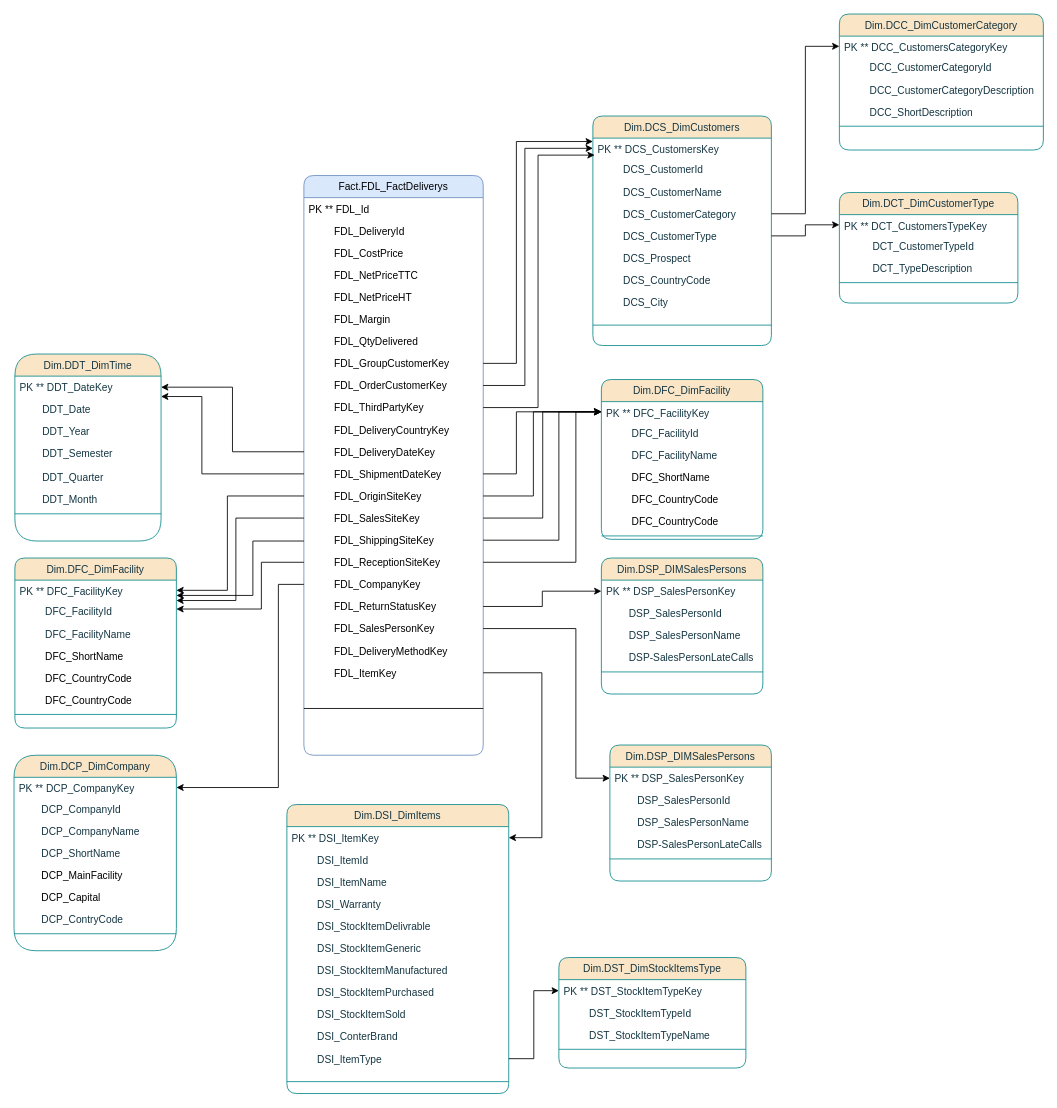
Earlier version of the draw.io diagram DataMart Delivery.drawio (BorchaniMohamed/BI_PROJECT_PFE). Source tidied: cells renumbered, new cells numbered last; positions are measured from the earlier drawing's top-left corner, leaving out a move shared by most shapes. Both pictures are drawn from the tidied source at 85%, with x=0, y=0 at pixel (14, 14).
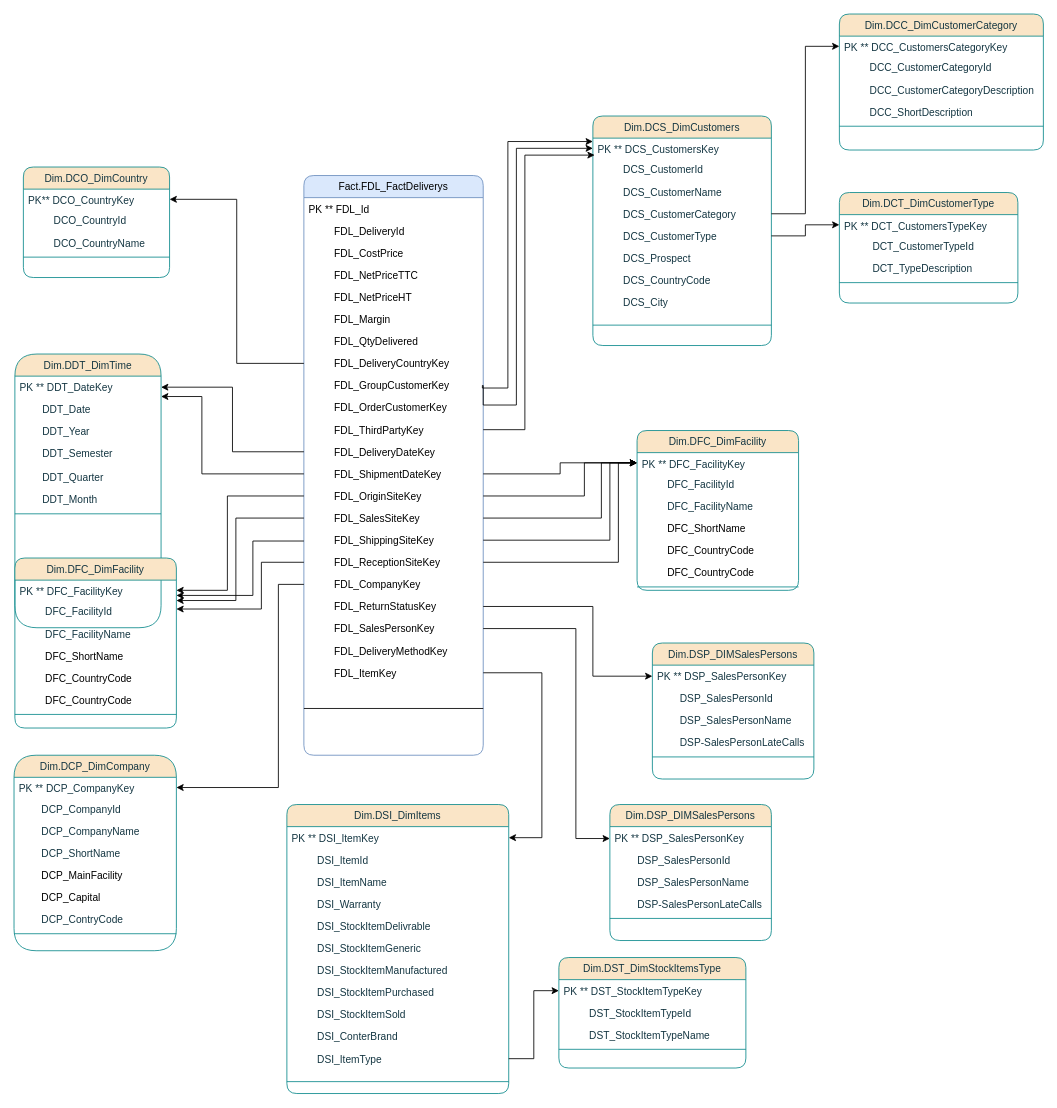
The same page after the edit.

Commit message (it also covers changes not shown here):
Mettre à jour DataMart Delivery.drawio

Unchanged cells that the change refers to:
```xml
<mxCell id="2" value="Fact.FDL_FactDeliverys" style="swimlane;fontStyle=0;align=center;verticalAlign=top;horizontal=1;startSize=26;rounded=1;shadow=0;strokeWidth=1;fillColor=#dae8fc;strokeColor=#6c8ebf;" parent="1" vertex="1">
  <mxGeometry x="341" y="190" width="211" height="682" as="geometry" />
</mxCell>
<mxCell id="15" value="         FDL_ShipmentDateKey  " style="text;align=left;verticalAlign=top;spacingLeft=4;spacingRight=4;overflow=hidden;points=[[0,0.5],[1,0.5]];portConstraint=eastwest;rounded=1;shadow=0;html=0;" parent="2" vertex="1">
  <mxGeometry y="338" width="211" height="26" as="geometry" />
</mxCell>
<mxCell id="16" value="         FDL_OriginSiteKey&#10;  " style="text;align=left;verticalAlign=top;spacingLeft=4;spacingRight=4;overflow=hidden;points=[[0,0.5],[1,0.5]];portConstraint=eastwest;rounded=1;shadow=0;html=0;" parent="2" vertex="1">
  <mxGeometry y="364" width="211" height="26" as="geometry" />
</mxCell>
<mxCell id="17" value="         FDL_SalesSiteKey&#10;  " style="text;align=left;verticalAlign=top;spacingLeft=4;spacingRight=4;overflow=hidden;points=[[0,0.5],[1,0.5]];portConstraint=eastwest;rounded=1;shadow=0;html=0;" parent="2" vertex="1">
  <mxGeometry y="390" width="211" height="26" as="geometry" />
</mxCell>
<mxCell id="18" value="         FDL_ShippingSiteKey&#10;  " style="text;align=left;verticalAlign=top;spacingLeft=4;spacingRight=4;overflow=hidden;points=[[0,0.5],[1,0.5]];portConstraint=eastwest;rounded=1;shadow=0;html=0;" parent="2" vertex="1">
  <mxGeometry y="416" width="211" height="26" as="geometry" />
</mxCell>
<mxCell id="19" value="         FDL_ReceptionSiteKey&#10;  " style="text;align=left;verticalAlign=top;spacingLeft=4;spacingRight=4;overflow=hidden;points=[[0,0.5],[1,0.5]];portConstraint=eastwest;rounded=1;shadow=0;html=0;" parent="2" vertex="1">
  <mxGeometry y="442" width="211" height="26" as="geometry" />
</mxCell>
<mxCell id="21" value="         FDL_ReturnStatusKey&#10;  " style="text;align=left;verticalAlign=top;spacingLeft=4;spacingRight=4;overflow=hidden;points=[[0,0.5],[1,0.5]];portConstraint=eastwest;rounded=1;shadow=0;html=0;" parent="2" vertex="1">
  <mxGeometry y="494" width="211" height="26" as="geometry" />
</mxCell>
<mxCell id="22" value="         FDL_SalesPersonKey&#10;  " style="text;align=left;verticalAlign=top;spacingLeft=4;spacingRight=4;overflow=hidden;points=[[0,0.5],[1,0.5]];portConstraint=eastwest;rounded=1;shadow=0;html=0;" parent="2" vertex="1">
  <mxGeometry y="520" width="211" height="26" as="geometry" />
</mxCell>
<mxCell id="79" value="PK ** DSP_SalesPersonKey" style="text;align=left;verticalAlign=top;spacingLeft=4;spacingRight=4;overflow=hidden;points=[[0,0.5],[1,0.5]];portConstraint=eastwest;labelBackgroundColor=none;fontColor=#143642;rounded=1;" parent="78" vertex="1">
  <mxGeometry y="26" width="190" height="26" as="geometry" />
</mxCell>
<mxCell id="86" value="PK ** DSP_SalesPersonKey" style="text;align=left;verticalAlign=top;spacingLeft=4;spacingRight=4;overflow=hidden;points=[[0,0.5],[1,0.5]];portConstraint=eastwest;labelBackgroundColor=none;fontColor=#143642;rounded=1;" parent="85" vertex="1">
  <mxGeometry y="26" width="190" height="26" as="geometry" />
</mxCell>
<mxCell id="93" value="PK ** DFC_FacilityKey" style="text;align=left;verticalAlign=top;spacingLeft=4;spacingRight=4;overflow=hidden;points=[[0,0.5],[1,0.5]];portConstraint=eastwest;labelBackgroundColor=none;fontColor=#143642;rounded=1;" parent="92" vertex="1">
  <mxGeometry y="26" width="190" height="24" as="geometry" />
</mxCell>
<mxCell id="106" value="PK ** DCS_CustomersKey" style="text;align=left;verticalAlign=top;spacingLeft=4;spacingRight=4;overflow=hidden;points=[[0,0.5],[1,0.5]];portConstraint=eastwest;labelBackgroundColor=none;fontColor=#143642;rounded=1;" parent="105" vertex="1">
  <mxGeometry y="26" width="210" height="24" as="geometry" />
</mxCell>
```

Diff of the diagram source:
```diff
@@
+    <mxCell id="13" value="         FDL_DeliveryCountryKey  " style="text;align=left;verticalAlign=top;spacingLeft=4;spacingRight=4;overflow=hidden;points=[[0,0.5],[1,0.5]];portConstraint=eastwest;rounded=0;shadow=0;html=0;" parent="2" vertex="1">
+      <mxGeometry y="208" width="211" height="26" as="geometry" />
+    </mxCell>
     <mxCell id="10" value="         FDL_GroupCustomerKey  " style="text;align=left;verticalAlign=top;spacingLeft=4;spacingRight=4;overflow=hidden;points=[[0,0.5],[1,0.5]];portConstraint=eastwest;rounded=0;shadow=0;html=0;" parent="2" vertex="1">
-      <mxGeometry y="208" width="211" height="26" as="geometry" />
+      <mxGeometry y="234" width="211" height="26" as="geometry" />
     </mxCell>
     <mxCell id="11" value="         FDL_OrderCustomerKey  " style="text;align=left;verticalAlign=top;spacingLeft=4;spacingRight=4;overflow=hidden;points=[[0,0.5],[1,0.5]];portConstraint=eastwest;rounded=0;shadow=0;html=0;" parent="2" vertex="1">
-      <mxGeometry y="234" width="211" height="26" as="geometry" />
+      <mxGeometry y="260" width="211" height="26" as="geometry" />
     </mxCell>
     <mxCell id="12" value="         FDL_ThirdPartyKey  " style="text;align=left;verticalAlign=top;spacingLeft=4;spacingRight=4;overflow=hidden;points=[[0,0.5],[1,0.5]];portConstraint=eastwest;rounded=0;shadow=0;html=0;" parent="2" vertex="1">
-      <mxGeometry y="260" width="211" height="26" as="geometry" />
+      <mxGeometry y="286" width="211" height="26" as="geometry" />
     </mxCell>
-    <mxCell id="13" value="         FDL_DeliveryCountryKey  " style="text;align=left;verticalAlign=top;spacingLeft=4;spacingRight=4;overflow=hidden;points=[[0,0.5],[1,0.5]];portConstraint=eastwest;rounded=0;shadow=0;html=0;" parent="2" vertex="1">
-      <mxGeometry y="286" width="211" height="26" as="geometry" />
-    </mxCell>
@@
     <mxCell id="26" value="Dim.DDT_DimTime" style="swimlane;fontStyle=0;align=center;verticalAlign=top;horizontal=1;startSize=26;rounded=1;shadow=0;strokeWidth=1;fillColor=#FAE5C7;strokeColor=#0F8B8D;labelBackgroundColor=none;fontColor=#143642;arcSize=50;" parent="1" vertex="1">
-      <mxGeometry x="1" y="400" width="172" height="220" as="geometry" />
+      <mxGeometry x="1" y="400" width="172" height="322" as="geometry" />
     </mxCell>
@@
     <mxCell id="78" value="Dim.DSP_DIMSalesPersons" style="swimlane;fontStyle=0;align=center;verticalAlign=top;horizontal=1;startSize=26;rounded=1;shadow=0;strokeWidth=1;fillColor=#FAE5C7;strokeColor=#0F8B8D;labelBackgroundColor=none;fontColor=#143642;" parent="1" vertex="1">
-      <mxGeometry x="701" y="860" width="190" height="160" as="geometry" />
+      <mxGeometry x="701" y="930" width="190" height="160" as="geometry" />
     </mxCell>
@@
     <mxCell id="84" style="edgeStyle=orthogonalEdgeStyle;rounded=0;jettySize=auto;html=1;" parent="1" edge="1" source="22" target="79">
       <mxGeometry relative="1" as="geometry">
         <Array as="points">
           <mxPoint x="661" y="723" />
-          <mxPoint x="661" y="899" />
+          <mxPoint x="661" y="970" />
         </Array>
       </mxGeometry>
     </mxCell>
     <mxCell id="85" value="Dim.DSP_DIMSalesPersons" style="swimlane;fontStyle=0;align=center;verticalAlign=top;horizontal=1;startSize=26;rounded=1;shadow=0;strokeWidth=1;fillColor=#FAE5C7;strokeColor=#0F8B8D;labelBackgroundColor=none;fontColor=#143642;" parent="1" vertex="1">
-      <mxGeometry x="691" y="640" width="190" height="160" as="geometry" />
+      <mxGeometry x="751" y="740" width="190" height="160" as="geometry" />
     </mxCell>
@@
     <mxCell id="91" style="edgeStyle=orthogonalEdgeStyle;rounded=0;jettySize=auto;html=1;" parent="1" edge="1" source="21" target="86">
-      <mxGeometry relative="1" as="geometry" />
+      <mxGeometry relative="1" as="geometry">
+        <Array as="points">
+          <mxPoint x="681" y="697" />
+          <mxPoint x="681" y="779" />
+        </Array>
+      </mxGeometry>
     </mxCell>
     <mxCell id="92" value="Dim.DFC_DimFacility" style="swimlane;fontStyle=0;align=center;verticalAlign=top;horizontal=1;startSize=26;rounded=1;shadow=0;strokeWidth=1;fillColor=#FAE5C7;strokeColor=#0F8B8D;labelBackgroundColor=none;fontColor=#143642;" parent="1" vertex="1">
-      <mxGeometry x="691" y="430" width="190" height="188" as="geometry" />
+      <mxGeometry x="733" y="490" width="190" height="188" as="geometry" />
     </mxCell>
@@
-    <mxCell id="100" style="edgeStyle=orthogonalEdgeStyle;rounded=0;jettySize=auto;html=1;entryX=0;entryY=0.5;entryDx=0;entryDy=0;" parent="1" edge="1" source="19" target="93">
-      <mxGeometry relative="1" as="geometry">
-        <Array as="points">
-          <mxPoint x="661" y="645" />
-          <mxPoint x="661" y="468" />
-        </Array>
-      </mxGeometry>
-    </mxCell>
-    <mxCell id="101" style="edgeStyle=orthogonalEdgeStyle;rounded=0;jettySize=auto;html=1;" parent="1" edge="1" source="18" target="93">
-      <mxGeometry relative="1" as="geometry">
-        <Array as="points">
-          <mxPoint x="641" y="619" />
-          <mxPoint x="641" y="468" />
-        </Array>
-      </mxGeometry>
-    </mxCell>
-    <mxCell id="102" style="edgeStyle=orthogonalEdgeStyle;rounded=0;jettySize=auto;html=1;" parent="1" edge="1" source="17" target="93">
-      <mxGeometry relative="1" as="geometry">
-        <Array as="points">
-          <mxPoint x="622" y="593" />
-          <mxPoint x="622" y="468" />
-        </Array>
-      </mxGeometry>
-    </mxCell>
-    <mxCell id="103" style="edgeStyle=orthogonalEdgeStyle;rounded=0;jettySize=auto;html=1;" parent="1" edge="1" source="16" target="93">
-      <mxGeometry relative="1" as="geometry">
-        <Array as="points">
-          <mxPoint x="611" y="567" />
-          <mxPoint x="611" y="468" />
-        </Array>
-      </mxGeometry>
-    </mxCell>
-    <mxCell id="104" style="edgeStyle=orthogonalEdgeStyle;rounded=0;jettySize=auto;html=1;" parent="1" edge="1" source="15" target="93">
-      <mxGeometry relative="1" as="geometry">
-        <Array as="points">
-          <mxPoint x="591" y="541" />
-          <mxPoint x="591" y="468" />
-        </Array>
-      </mxGeometry>
-    </mxCell>
@@
-    <mxCell id="128" style="edgeStyle=orthogonalEdgeStyle;rounded=0;jettySize=auto;html=1;entryX=0.01;entryY=0.833;entryDx=0;entryDy=0;entryPerimeter=0;" parent="1" edge="1" source="12" target="106">
-      <mxGeometry relative="1" as="geometry" />
+    <mxCell id="128" style="edgeStyle=orthogonalEdgeStyle;rounded=0;jettySize=auto;html=1;entryX=0.01;entryY=0.833;entryDx=0;entryDy=0;entryPerimeter=0;exitX=1;exitY=0.5;exitDx=0;exitDy=0;" parent="1" edge="1" source="12" target="106">
+      <mxGeometry relative="1" as="geometry">
+        <Array as="points">
+          <mxPoint x="601" y="489" />
+          <mxPoint x="601" y="166" />
+        </Array>
+      </mxGeometry>
     </mxCell>
-    <mxCell id="129" style="edgeStyle=orthogonalEdgeStyle;rounded=0;jettySize=auto;html=1;" parent="1" edge="1" source="11" target="106">
+    <mxCell id="129" style="edgeStyle=orthogonalEdgeStyle;rounded=0;jettySize=auto;html=1;exitX=1;exitY=0.5;exitDx=0;exitDy=0;" parent="1" edge="1" source="10" target="106">
       <mxGeometry relative="1" as="geometry">
         <Array as="points">
-          <mxPoint x="601" y="437" />
-          <mxPoint x="601" y="158" />
+          <mxPoint x="552" y="460" />
+          <mxPoint x="591" y="460" />
+          <mxPoint x="591" y="158" />
         </Array>
       </mxGeometry>
     </mxCell>
-    <mxCell id="130" style="edgeStyle=orthogonalEdgeStyle;rounded=0;jettySize=auto;html=1;" parent="1" edge="1" source="10" target="106">
+    <mxCell id="130" style="edgeStyle=orthogonalEdgeStyle;rounded=0;jettySize=auto;html=1;exitX=1;exitY=0.5;exitDx=0;exitDy=0;" parent="1" edge="1" source="10" target="106">
       <mxGeometry relative="1" as="geometry">
         <Array as="points">
-          <mxPoint x="591" y="411" />
-          <mxPoint x="591" y="150" />
+          <mxPoint x="551" y="437" />
+          <mxPoint x="551" y="440" />
+          <mxPoint x="581" y="440" />
+          <mxPoint x="581" y="150" />
         </Array>
       </mxGeometry>
     </mxCell>
+    <mxCell id="100" style="edgeStyle=orthogonalEdgeStyle;rounded=0;jettySize=auto;html=1;" parent="1" edge="1" source="19" target="93">
+      <mxGeometry relative="1" as="geometry">
+        <Array as="points">
+          <mxPoint x="711" y="645" />
+          <mxPoint x="711" y="528" />
+        </Array>
+      </mxGeometry>
+    </mxCell>
+    <mxCell id="101" style="edgeStyle=orthogonalEdgeStyle;rounded=0;jettySize=auto;html=1;" parent="1" edge="1" source="18" target="93">
+      <mxGeometry relative="1" as="geometry">
+        <Array as="points">
+          <mxPoint x="701" y="619" />
+          <mxPoint x="701" y="528" />
+        </Array>
+      </mxGeometry>
+    </mxCell>
+    <mxCell id="102" style="edgeStyle=orthogonalEdgeStyle;rounded=0;jettySize=auto;html=1;" parent="1" edge="1" source="17" target="93">
+      <mxGeometry relative="1" as="geometry">
+        <Array as="points">
+          <mxPoint x="691" y="593" />
+          <mxPoint x="691" y="528" />
+        </Array>
+      </mxGeometry>
+    </mxCell>
+    <mxCell id="103" style="edgeStyle=orthogonalEdgeStyle;rounded=0;jettySize=auto;html=1;" parent="1" edge="1" source="16" target="93">
+      <mxGeometry relative="1" as="geometry">
+        <Array as="points">
+          <mxPoint x="671" y="567" />
+          <mxPoint x="671" y="528" />
+        </Array>
+      </mxGeometry>
+    </mxCell>
+    <mxCell id="104" style="edgeStyle=orthogonalEdgeStyle;rounded=0;jettySize=auto;html=1;" parent="1" edge="1" source="15" target="93">
+      <mxGeometry relative="1" as="geometry" />
+    </mxCell>
+    <mxCell id="131" value="Dim.DCO_DimCountry" style="swimlane;fontStyle=0;align=center;verticalAlign=top;horizontal=1;startSize=26;rounded=1;shadow=0;strokeWidth=1;fillColor=#FAE5C7;strokeColor=#0F8B8D;labelBackgroundColor=none;fontColor=#143642;" parent="1" vertex="1">
+      <mxGeometry x="11" y="180" width="172" height="130" as="geometry" />
+    </mxCell>
+    <mxCell id="132" value="PK** DCO_CountryKey&#10; " style="text;align=left;verticalAlign=top;spacingLeft=4;spacingRight=4;overflow=hidden;points=[[0,0.5],[1,0.5]];portConstraint=eastwest;labelBackgroundColor=none;fontColor=#143642;rounded=1;" parent="131" vertex="1">
+      <mxGeometry y="26" width="172" height="24" as="geometry" />
+    </mxCell>
+    <mxCell id="133" value="         DCO_CountryId" style="text;align=left;verticalAlign=top;spacingLeft=4;spacingRight=4;overflow=hidden;labelBackgroundColor=none;fontColor=#143642;rounded=1;" parent="131" vertex="1">
+      <mxGeometry y="50" width="172" height="26" as="geometry" />
+    </mxCell>
+    <mxCell id="134" value="         DCO_CountryName" style="text;align=left;verticalAlign=top;spacingLeft=4;spacingRight=4;overflow=hidden;labelBackgroundColor=none;fontColor=#143642;rounded=1;" parent="131" vertex="1">
+      <mxGeometry y="76" width="172" height="26" as="geometry" />
+    </mxCell>
+    <mxCell id="135" style="line;html=1;strokeWidth=1;align=left;verticalAlign=middle;spacingTop=-1;spacingLeft=3;spacingRight=3;labelPosition=right;labelBackgroundColor=none;fillColor=#FAE5C7;strokeColor=#0F8B8D;fontColor=#143642;rounded=1;" parent="131" vertex="1">
+      <mxGeometry y="102" width="172" height="8" as="geometry" />
+    </mxCell>
+    <mxCell id="136" style="edgeStyle=orthogonalEdgeStyle;rounded=0;jettySize=auto;html=1;" parent="1" edge="1" source="13" target="132">
+      <mxGeometry relative="1" as="geometry" />
+    </mxCell>
```
